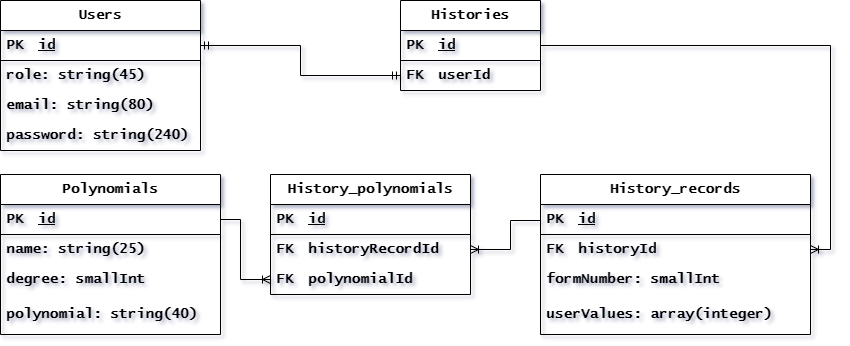
This is Scheme.png from Makudzyn/graduate-project, a draw.io export, as it was before one commit. Source tidied: cells renumbered, new cells last; positions are measured from the earlier drawing's top-left corner, leaving out a move shared by most shapes.
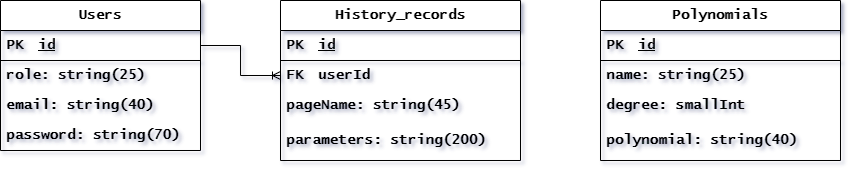
After the commit.

Commit message:
Made changes in DB relations, deleted tables HistoryPolynomials and History, changed structure of HistoryRecords table. Fixed controllers due to DB changes, updated DB scheme.

What changed in the source:
```diff
@@ -3,7 +3,7 @@
     <mxCell id="0" />
     <mxCell id="1" parent="0" />
     <mxCell id="2" value="Users" style="swimlane;fontStyle=1;horizontal=1;startSize=30;whiteSpace=wrap;html=1;fontSize=14;fontFamily=Lucida Console;labelBackgroundColor=none;" parent="1" vertex="1">
-      <mxGeometry width="200" height="150" as="geometry" />
+      <mxGeometry x="-10" width="200" height="150" as="geometry" />
     </mxCell>
     <mxCell id="3" style="shape=table;startSize=0;rowLines=0;fontStyle=1;align=center;strokeColor=none;fillColor=none;fontSize=14;fontFamily=Lucida Console;labelBackgroundColor=none;" parent="2" vertex="1">
       <mxGeometry y="30" width="200" height="30" as="geometry" />
@@ -17,166 +17,74 @@
     <mxCell id="6" value="id" style="shape=partialRectangle;fillColor=none;top=0;left=0;bottom=0;right=0;align=left;spacingLeft=6;fontStyle=5;overflow=hidden;whiteSpace=wrap;html=1;fontSize=14;fontFamily=Lucida Console;labelBackgroundColor=none;" parent="4" vertex="1">
       <mxGeometry x="30" width="170" height="30" as="geometry" />
     </mxCell>
-    <mxCell id="7" value="role: string(45)" style="text;strokeColor=none;fillColor=none;align=left;verticalAlign=middle;spacingLeft=4;spacingRight=4;overflow=hidden;whiteSpace=wrap;html=1;fontSize=14;fontFamily=Lucida Console;fontStyle=1;labelBackgroundColor=none;" parent="2" vertex="1">
+    <mxCell id="7" value="role: string(25)" style="text;strokeColor=none;fillColor=none;align=left;verticalAlign=middle;spacingLeft=4;spacingRight=4;overflow=hidden;whiteSpace=wrap;html=1;fontSize=14;fontFamily=Lucida Console;fontStyle=1;labelBackgroundColor=none;" parent="2" vertex="1">
       <mxGeometry y="60" width="200" height="30" as="geometry" />
     </mxCell>
-    <mxCell id="8" value="email: string(80)" style="text;strokeColor=none;fillColor=none;align=left;verticalAlign=middle;spacingLeft=4;spacingRight=4;overflow=hidden;whiteSpace=wrap;html=1;fontSize=14;fontFamily=Lucida Console;fontStyle=1;labelBackgroundColor=none;" parent="2" vertex="1">
+    <mxCell id="8" value="email: string(40)" style="text;strokeColor=none;fillColor=none;align=left;verticalAlign=middle;spacingLeft=4;spacingRight=4;overflow=hidden;whiteSpace=wrap;html=1;fontSize=14;fontFamily=Lucida Console;fontStyle=1;labelBackgroundColor=none;" parent="2" vertex="1">
       <mxGeometry y="90" width="200" height="30" as="geometry" />
     </mxCell>
-    <mxCell id="9" value="password: string(240)" style="text;strokeColor=none;fillColor=none;align=left;verticalAlign=middle;spacingLeft=4;spacingRight=4;overflow=hidden;whiteSpace=wrap;html=1;fontSize=14;fontFamily=Lucida Console;fontStyle=1;labelBackgroundColor=none;" parent="2" vertex="1">
+    <mxCell id="9" value="password: string(70)" style="text;strokeColor=none;fillColor=none;align=left;verticalAlign=middle;spacingLeft=4;spacingRight=4;overflow=hidden;whiteSpace=wrap;html=1;fontSize=14;fontFamily=Lucida Console;fontStyle=1;labelBackgroundColor=none;" parent="2" vertex="1">
       <mxGeometry y="120" width="200" height="30" as="geometry" />
     </mxCell>
-    <mxCell id="10" value="Histories" style="swimlane;fontStyle=1;horizontal=1;startSize=30;whiteSpace=wrap;html=1;fontSize=14;fontFamily=Lucida Console;labelBackgroundColor=none;" parent="1" vertex="1">
-      <mxGeometry x="400" width="140" height="90" as="geometry" />
-    </mxCell>
-    <mxCell id="11" style="shape=table;startSize=0;rowLines=0;fontStyle=1;align=center;strokeColor=none;fillColor=none;fontSize=14;fontFamily=Lucida Console;labelBackgroundColor=none;" parent="10" vertex="1">
-      <mxGeometry y="30" width="140" height="30" as="geometry" />
-    </mxCell>
-    <mxCell id="12" style="shape=tableRow;horizontal=0;startSize=0;swimlaneHead=0;swimlaneBody=0;fillColor=none;top=0;left=0;right=0;bottom=1;fontSize=14;fontFamily=Lucida Console;fontStyle=1;labelBackgroundColor=none;" parent="11" vertex="1">
-      <mxGeometry width="140" height="30" as="geometry" />
-    </mxCell>
-    <mxCell id="13" value="PK" style="shape=partialRectangle;fillColor=none;top=0;left=0;bottom=0;right=0;fontStyle=1;overflow=hidden;whiteSpace=wrap;html=1;fontSize=14;fontFamily=Lucida Console;labelBackgroundColor=none;" parent="12" vertex="1">
-      <mxGeometry width="30" height="30" as="geometry" />
-    </mxCell>
-    <mxCell id="14" value="id" style="shape=partialRectangle;fillColor=none;top=0;left=0;bottom=0;right=0;align=left;spacingLeft=6;fontStyle=5;overflow=hidden;whiteSpace=wrap;html=1;fontSize=14;fontFamily=Lucida Console;labelBackgroundColor=none;" parent="12" vertex="1">
-      <mxGeometry x="30" width="110" height="30" as="geometry" />
-    </mxCell>
-    <mxCell id="15" style="shape=table;startSize=0;rowLines=0;fontStyle=1;align=center;strokeColor=none;fillColor=none;fontSize=14;fontFamily=Lucida Console;labelBackgroundColor=none;" parent="10" vertex="1">
-      <mxGeometry y="60" width="140" height="30" as="geometry" />
-    </mxCell>
-    <mxCell id="16" style="shape=tableRow;horizontal=0;startSize=0;swimlaneHead=0;swimlaneBody=0;fillColor=none;points=[[0,0.5],[1,0.5]];portConstraint=eastwest;top=0;left=0;right=0;bottom=0;fontSize=14;fontFamily=Lucida Console;fontStyle=1;labelBackgroundColor=none;" parent="15" vertex="1">
-      <mxGeometry width="140" height="30" as="geometry" />
-    </mxCell>
-    <mxCell id="17" value="FK" style="shape=partialRectangle;fillColor=none;top=0;left=0;bottom=0;right=0;fontStyle=1;overflow=hidden;whiteSpace=wrap;html=1;fontSize=14;fontFamily=Lucida Console;labelBackgroundColor=none;" parent="16" vertex="1">
-      <mxGeometry width="30" height="30" as="geometry" />
-    </mxCell>
-    <mxCell id="18" value="userId" style="shape=partialRectangle;fillColor=none;top=0;left=0;bottom=0;right=0;align=left;spacingLeft=6;fontStyle=1;overflow=hidden;whiteSpace=wrap;html=1;fontSize=14;fontFamily=Lucida Console;labelBackgroundColor=none;" parent="16" vertex="1">
-      <mxGeometry x="30" width="110" height="30" as="geometry" />
-    </mxCell>
-    <mxCell id="19" style="edgeStyle=orthogonalEdgeStyle;fontSize=14;html=1;endArrow=ERmandOne;startArrow=ERmandOne;rounded=0;fontFamily=Lucida Console;fontStyle=1;exitX=1;exitY=0.5;exitDx=0;exitDy=0;labelBackgroundColor=none;" parent="1" edge="1" source="4" target="16">
-      <mxGeometry relative="1" as="geometry" />
-    </mxCell>
     <mxCell id="20" value="Polynomials" style="swimlane;fontStyle=1;horizontal=1;startSize=30;whiteSpace=wrap;html=1;fontSize=14;fontFamily=Lucida Console;labelBackgroundColor=none;" parent="1" vertex="1">
-      <mxGeometry y="174" width="220" height="160" as="geometry" />
+      <mxGeometry x="590" width="240" height="160" as="geometry" />
     </mxCell>
     <mxCell id="21" style="shape=table;startSize=0;rowLines=0;fontStyle=1;align=center;strokeColor=none;fillColor=none;fontSize=14;fontFamily=Lucida Console;labelBackgroundColor=none;" parent="20" vertex="1">
-      <mxGeometry y="30" width="220" height="30" as="geometry" />
+      <mxGeometry y="30" width="240" height="30" as="geometry" />
     </mxCell>
     <mxCell id="22" style="shape=tableRow;horizontal=0;startSize=0;swimlaneHead=0;swimlaneBody=0;fillColor=none;points=[[0,0.5],[1,0.5]];portConstraint=eastwest;top=0;left=0;right=0;bottom=1;fontSize=14;fontFamily=Lucida Console;fontStyle=1;labelBackgroundColor=none;" parent="21" vertex="1">
-      <mxGeometry width="220" height="30" as="geometry" />
+      <mxGeometry width="240" height="30" as="geometry" />
     </mxCell>
     <mxCell id="23" value="PK" style="shape=partialRectangle;fillColor=none;top=0;left=0;bottom=0;right=0;fontStyle=1;overflow=hidden;whiteSpace=wrap;html=1;fontSize=14;fontFamily=Lucida Console;labelBackgroundColor=none;" parent="22" vertex="1">
       <mxGeometry width="30" height="30" as="geometry" />
     </mxCell>
     <mxCell id="24" value="id" style="shape=partialRectangle;fillColor=none;top=0;left=0;bottom=0;right=0;align=left;spacingLeft=6;fontStyle=5;overflow=hidden;whiteSpace=wrap;html=1;fontSize=14;fontFamily=Lucida Console;labelBackgroundColor=none;" parent="22" vertex="1">
-      <mxGeometry x="30" width="190" height="30" as="geometry" />
+      <mxGeometry x="30" width="210" height="30" as="geometry" />
     </mxCell>
     <mxCell id="25" value="name: string(25)" style="text;strokeColor=none;fillColor=none;align=left;verticalAlign=middle;spacingLeft=4;spacingRight=4;overflow=hidden;whiteSpace=wrap;html=1;fontSize=14;fontFamily=Lucida Console;fontStyle=1;labelBackgroundColor=none;" parent="20" vertex="1">
-      <mxGeometry y="60" width="220" height="30" as="geometry" />
+      <mxGeometry y="60" width="240" height="30" as="geometry" />
     </mxCell>
     <mxCell id="26" value="degree: smallInt" style="text;strokeColor=none;fillColor=none;align=left;verticalAlign=middle;spacingLeft=4;spacingRight=4;overflow=hidden;whiteSpace=wrap;html=1;fontSize=14;fontFamily=Lucida Console;fontStyle=1;labelBackgroundColor=none;" parent="20" vertex="1">
-      <mxGeometry y="90" width="220" height="30" as="geometry" />
+      <mxGeometry y="90" width="240" height="30" as="geometry" />
     </mxCell>
     <mxCell id="27" value="polynomial: string(40)" style="text;strokeColor=none;fillColor=none;align=left;verticalAlign=middle;spacingLeft=4;spacingRight=4;overflow=hidden;whiteSpace=wrap;html=1;fontSize=14;fontFamily=Lucida Console;fontStyle=1;labelBackgroundColor=none;" parent="20" vertex="1">
-      <mxGeometry y="120" width="220" height="40" as="geometry" />
+      <mxGeometry y="120" width="240" height="40" as="geometry" />
     </mxCell>
     <mxCell id="28" value="History_records" style="swimlane;fontStyle=1;horizontal=1;startSize=30;whiteSpace=wrap;html=1;fontSize=14;fontFamily=Lucida Console;labelBackgroundColor=none;labelBorderColor=none;" parent="1" vertex="1">
-      <mxGeometry x="540" y="174" width="270" height="160" as="geometry" />
+      <mxGeometry x="270" width="240" height="160" as="geometry" />
     </mxCell>
     <mxCell id="29" style="shape=table;startSize=0;rowLines=0;fontStyle=1;align=center;strokeColor=none;fillColor=none;fontSize=14;fontFamily=Lucida Console;labelBackgroundColor=none;" parent="28" vertex="1">
-      <mxGeometry y="30" width="270" height="30" as="geometry" />
+      <mxGeometry y="30" width="240" height="30" as="geometry" />
     </mxCell>
     <mxCell id="30" style="shape=tableRow;horizontal=0;startSize=0;swimlaneHead=0;swimlaneBody=0;fillColor=none;points=[[0,0.5],[1,0.5]];portConstraint=eastwest;top=0;left=0;right=0;bottom=1;fontSize=14;fontFamily=Lucida Console;fontStyle=1;labelBackgroundColor=none;" parent="29" vertex="1">
-      <mxGeometry width="270" height="30" as="geometry" />
+      <mxGeometry width="240" height="30" as="geometry" />
     </mxCell>
     <mxCell id="31" value="PK" style="shape=partialRectangle;fillColor=none;top=0;left=0;bottom=0;right=0;fontStyle=1;overflow=hidden;whiteSpace=wrap;html=1;fontSize=14;fontFamily=Lucida Console;labelBackgroundColor=none;" parent="30" vertex="1">
       <mxGeometry width="30" height="30" as="geometry" />
     </mxCell>
     <mxCell id="32" value="id" style="shape=partialRectangle;fillColor=none;top=0;left=0;bottom=0;right=0;align=left;spacingLeft=6;fontStyle=5;overflow=hidden;whiteSpace=wrap;html=1;fontSize=14;fontFamily=Lucida Console;labelBackgroundColor=none;" parent="30" vertex="1">
-      <mxGeometry x="30" width="240" height="30" as="geometry" />
+      <mxGeometry x="30" width="210" height="30" as="geometry" />
     </mxCell>
     <mxCell id="33" style="shape=table;startSize=0;rowLines=0;fontStyle=1;align=center;strokeColor=none;fillColor=none;fontSize=14;fontFamily=Lucida Console;labelBackgroundColor=none;" parent="28" vertex="1">
-      <mxGeometry y="60" width="270" height="30" as="geometry" />
+      <mxGeometry y="60" width="240" height="30" as="geometry" />
     </mxCell>
     <mxCell id="34" style="shape=tableRow;horizontal=0;startSize=0;swimlaneHead=0;swimlaneBody=0;fillColor=none;points=[[0,0.5],[1,0.5]];portConstraint=eastwest;top=0;left=0;right=0;bottom=0;fontSize=14;fontFamily=Lucida Console;fontStyle=1;labelBackgroundColor=none;" parent="33" vertex="1">
-      <mxGeometry width="270" height="30" as="geometry" />
+      <mxGeometry width="240" height="30" as="geometry" />
     </mxCell>
     <mxCell id="35" value="FK" style="shape=partialRectangle;fillColor=none;top=0;left=0;bottom=0;right=0;fontStyle=1;overflow=hidden;whiteSpace=wrap;html=1;fontSize=14;fontFamily=Lucida Console;labelBackgroundColor=none;" parent="34" vertex="1">
       <mxGeometry width="30" height="30" as="geometry" />
     </mxCell>
-    <mxCell id="36" value="historyId" style="shape=partialRectangle;fillColor=none;top=0;left=0;bottom=0;right=0;align=left;spacingLeft=6;fontStyle=1;overflow=hidden;whiteSpace=wrap;html=1;fontSize=14;fontFamily=Lucida Console;labelBackgroundColor=none;" parent="34" vertex="1">
-      <mxGeometry x="30" width="240" height="30" as="geometry" />
+    <mxCell id="36" value="userId" style="shape=partialRectangle;fillColor=none;top=0;left=0;bottom=0;right=0;align=left;spacingLeft=6;fontStyle=1;overflow=hidden;whiteSpace=wrap;html=1;fontSize=14;fontFamily=Lucida Console;labelBackgroundColor=none;" parent="34" vertex="1">
+      <mxGeometry x="30" width="210" height="30" as="geometry" />
     </mxCell>
-    <mxCell id="37" value="formNumber: smallInt" style="text;strokeColor=none;fillColor=none;align=left;verticalAlign=middle;spacingLeft=4;spacingRight=4;overflow=hidden;whiteSpace=wrap;html=1;fontSize=14;fontFamily=Lucida Console;fontStyle=1;labelBackgroundColor=none;" parent="28" vertex="1">
-      <mxGeometry y="90" width="270" height="30" as="geometry" />
+    <mxCell id="37" value="pageName: string(45)" style="text;strokeColor=none;fillColor=none;align=left;verticalAlign=middle;spacingLeft=4;spacingRight=4;overflow=hidden;whiteSpace=wrap;html=1;fontSize=14;fontFamily=Lucida Console;fontStyle=1;labelBackgroundColor=none;" parent="28" vertex="1">
+      <mxGeometry y="90" width="240" height="30" as="geometry" />
     </mxCell>
-    <mxCell id="38" value="userValues: array(integer)" style="text;strokeColor=none;fillColor=none;align=left;verticalAlign=middle;spacingLeft=4;spacingRight=4;overflow=hidden;whiteSpace=wrap;html=1;fontSize=14;fontFamily=Lucida Console;fontStyle=1;labelBackgroundColor=none;" parent="28" vertex="1">
-      <mxGeometry y="120" width="270" height="40" as="geometry" />
+    <mxCell id="38" value="parameters: string(200)" style="text;strokeColor=none;fillColor=none;align=left;verticalAlign=middle;spacingLeft=4;spacingRight=4;overflow=hidden;whiteSpace=wrap;html=1;fontSize=14;fontFamily=Lucida Console;fontStyle=1;labelBackgroundColor=none;" parent="28" vertex="1">
+      <mxGeometry y="120" width="240" height="40" as="geometry" />
     </mxCell>
-    <mxCell id="39" value="History_polynomials" style="swimlane;fontStyle=1;horizontal=1;startSize=30;whiteSpace=wrap;html=1;fontSize=14;fontFamily=Lucida Console;labelBackgroundColor=none;" parent="1" vertex="1">
-      <mxGeometry x="270" y="174" width="200" height="120" as="geometry" />
-    </mxCell>
-    <mxCell id="40" style="shape=table;startSize=0;rowLines=0;fontStyle=1;align=center;strokeColor=none;fillColor=none;fontSize=14;fontFamily=Lucida Console;labelBackgroundColor=none;" parent="39" vertex="1">
-      <mxGeometry y="30" width="200" height="30" as="geometry" />
-    </mxCell>
-    <mxCell id="41" style="shape=tableRow;horizontal=0;startSize=0;swimlaneHead=0;swimlaneBody=0;fillColor=none;top=0;left=0;right=0;bottom=1;fontSize=14;fontFamily=Lucida Console;fontStyle=1;labelBackgroundColor=none;" parent="40" vertex="1">
-      <mxGeometry width="200" height="30" as="geometry" />
-    </mxCell>
-    <mxCell id="42" value="PK" style="shape=partialRectangle;fillColor=none;top=0;left=0;bottom=0;right=0;fontStyle=1;overflow=hidden;whiteSpace=wrap;html=1;fontSize=14;fontFamily=Lucida Console;labelBackgroundColor=none;" parent="41" vertex="1">
-      <mxGeometry width="30" height="30" as="geometry" />
-    </mxCell>
-    <mxCell id="43" value="id" style="shape=partialRectangle;fillColor=none;top=0;left=0;bottom=0;right=0;align=left;spacingLeft=6;fontStyle=5;overflow=hidden;whiteSpace=wrap;html=1;fontSize=14;fontFamily=Lucida Console;labelBackgroundColor=none;" parent="41" vertex="1">
-      <mxGeometry x="30" width="170" height="30" as="geometry" />
-    </mxCell>
-    <mxCell id="44" style="shape=table;startSize=0;rowLines=0;fontStyle=1;align=center;strokeColor=none;fillColor=none;fontSize=14;fontFamily=Lucida Console;labelBackgroundColor=none;" parent="39" vertex="1">
-      <mxGeometry y="60" width="200" height="30" as="geometry" />
-    </mxCell>
-    <mxCell id="45" style="shape=tableRow;horizontal=0;startSize=0;swimlaneHead=0;swimlaneBody=0;fillColor=none;points=[[0,0.5],[1,0.5]];portConstraint=eastwest;top=0;left=0;right=0;bottom=0;fontSize=14;fontFamily=Lucida Console;fontStyle=1;labelBackgroundColor=none;" parent="44" vertex="1">
-      <mxGeometry width="200" height="30" as="geometry" />
-    </mxCell>
-    <mxCell id="46" value="FK" style="shape=partialRectangle;fillColor=none;top=0;left=0;bottom=0;right=0;fontStyle=1;overflow=hidden;whiteSpace=wrap;html=1;fontSize=14;fontFamily=Lucida Console;labelBackgroundColor=none;" parent="45" vertex="1">
-      <mxGeometry width="30" height="30" as="geometry" />
-    </mxCell>
-    <mxCell id="47" value="historyRecordId" style="shape=partialRectangle;fillColor=none;top=0;left=0;bottom=0;right=0;align=left;spacingLeft=6;fontStyle=1;overflow=hidden;whiteSpace=wrap;html=1;fontSize=14;fontFamily=Lucida Console;labelBackgroundColor=none;" parent="45" vertex="1">
-      <mxGeometry x="30" width="170" height="30" as="geometry" />
-    </mxCell>
-    <mxCell id="48" style="shape=table;startSize=0;rowLines=0;fontStyle=1;align=center;strokeColor=none;fillColor=none;fontSize=14;fontFamily=Lucida Console;labelBackgroundColor=none;" parent="39" vertex="1">
-      <mxGeometry y="90" width="200" height="30" as="geometry" />
-    </mxCell>
-    <mxCell id="49" style="shape=tableRow;horizontal=0;startSize=0;swimlaneHead=0;swimlaneBody=0;fillColor=none;points=[[0,0.5],[1,0.5]];portConstraint=eastwest;top=0;left=0;right=0;bottom=0;fontSize=14;fontFamily=Lucida Console;fontStyle=1;labelBackgroundColor=none;" parent="48" vertex="1">
-      <mxGeometry width="200" height="30" as="geometry" />
-    </mxCell>
-    <mxCell id="50" value="FK" style="shape=partialRectangle;fillColor=none;top=0;left=0;bottom=0;right=0;fontStyle=1;overflow=hidden;whiteSpace=wrap;html=1;fontSize=14;fontFamily=Lucida Console;labelBackgroundColor=none;" parent="49" vertex="1">
-      <mxGeometry width="30" height="30" as="geometry" />
-    </mxCell>
-    <mxCell id="51" value="polynomialId" style="shape=partialRectangle;fillColor=none;top=0;left=0;bottom=0;right=0;align=left;spacingLeft=6;fontStyle=1;overflow=hidden;whiteSpace=wrap;html=1;fontSize=14;fontFamily=Lucida Console;labelBackgroundColor=none;" parent="49" vertex="1">
-      <mxGeometry x="30" width="170" height="30" as="geometry" />
-    </mxCell>
-    <mxCell id="52" style="edgeStyle=orthogonalEdgeStyle;fontSize=14;html=1;endArrow=ERoneToMany;rounded=0;fontFamily=Lucida Console;fontStyle=1;exitX=1;exitY=0.5;exitDx=0;exitDy=0;labelBackgroundColor=none;" parent="1" edge="1" target="34">
-      <mxGeometry relative="1" as="geometry">
-        <mxPoint x="540" y="75" as="sourcePoint" />
-        <Array as="points">
-          <mxPoint x="540" y="45" />
-          <mxPoint x="830" y="45" />
-          <mxPoint x="830" y="249" />
-        </Array>
-      </mxGeometry>
-    </mxCell>
-    <mxCell id="53" style="edgeStyle=orthogonalEdgeStyle;fontSize=14;html=1;endArrow=ERoneToMany;rounded=0;fontFamily=Lucida Console;fontStyle=1;labelBackgroundColor=none;" parent="1" edge="1" source="22" target="49">
-      <mxGeometry relative="1" as="geometry">
-        <Array as="points">
-          <mxPoint x="240" y="219" />
-          <mxPoint x="240" y="279" />
-        </Array>
-      </mxGeometry>
-    </mxCell>
-    <mxCell id="54" style="edgeStyle=orthogonalEdgeStyle;fontSize=14;html=1;endArrow=ERoneToMany;rounded=0;fontFamily=Lucida Console;fontStyle=1;labelBackgroundColor=none;" parent="1" edge="1" source="30" target="45">
-      <mxGeometry relative="1" as="geometry">
-        <Array as="points">
-          <mxPoint x="510" y="220" />
-          <mxPoint x="510" y="249" />
-        </Array>
-      </mxGeometry>
-    </mxCell>
+    <mxCell id="55" style="edgeStyle=orthogonalEdgeStyle;fontSize=12;html=1;endArrow=ERoneToMany;rounded=0;exitX=1;exitY=0.5;exitDx=0;exitDy=0;entryX=0;entryY=0.5;entryDx=0;entryDy=0;" parent="1" edge="1" source="4" target="34">
+      <mxGeometry relative="1" as="geometry" />
+    </mxCell>
   </root>
 </mxGraphModel>
```
